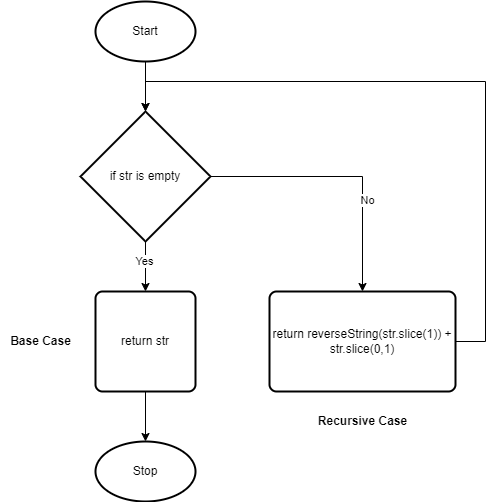
Before: Design/Unit3-01-reverseString.png, a diagram exported from draw.io (dbcalitis/ics4u-unit3-01-typescript). Source tidied: cells renumbered, new cells last; positions are measured from the earlier drawing's top-left corner, leaving out a move shared by most shapes.
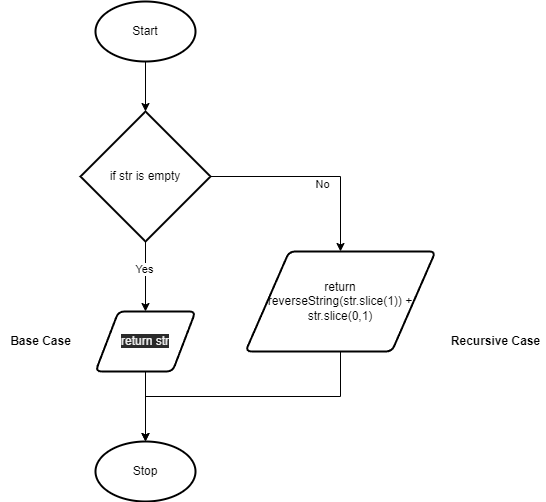
After the commit.

Change to the diagram source:
```diff
@@ -14,11 +14,11 @@
     <mxCell id="5" value="Yes" style="edgeLabel;html=1;align=center;verticalAlign=middle;" parent="4" vertex="1">
       <mxGeometry x="-0.23" y="-2" relative="1" as="geometry" />
     </mxCell>
-    <mxCell id="6" style="edgeStyle=orthogonalEdgeStyle;rounded=0;html=1;exitX=1;exitY=0.5;exitDx=0;exitDy=0;exitPerimeter=0;entryX=0.5;entryY=0;entryDx=0;entryDy=0;" parent="1" edge="1" source="8" target="13">
+    <mxCell id="6" style="edgeStyle=orthogonalEdgeStyle;rounded=0;html=1;exitX=1;exitY=0.5;exitDx=0;exitDy=0;exitPerimeter=0;" parent="1" edge="1" source="8" target="13">
       <mxGeometry relative="1" as="geometry" />
     </mxCell>
     <mxCell id="7" value="No" style="edgeLabel;html=1;align=center;verticalAlign=middle;" parent="6" vertex="1">
-      <mxGeometry x="0.31" y="4" relative="1" as="geometry" />
+      <mxGeometry x="0.08" y="-7" relative="1" as="geometry" />
     </mxCell>
     <mxCell id="8" value="if str is empty" style="strokeWidth=2;html=1;shape=mxgraph.flowchart.decision;whiteSpace=wrap;" parent="1" vertex="1">
       <mxGeometry x="80" y="110" width="130" height="130" as="geometry" />
@@ -26,29 +26,23 @@
     <mxCell id="9" style="edgeStyle=none;html=1;exitX=0.5;exitY=1;exitDx=0;exitDy=0;entryX=0.5;entryY=0;entryDx=0;entryDy=0;entryPerimeter=0;" parent="1" edge="1" source="10" target="11">
       <mxGeometry relative="1" as="geometry" />
     </mxCell>
-    <mxCell id="10" value="return str" style="rounded=1;whiteSpace=wrap;html=1;absoluteArcSize=1;arcSize=14;strokeWidth=2;" parent="1" vertex="1">
-      <mxGeometry x="95" y="290" width="100" height="100" as="geometry" />
-    </mxCell>
     <mxCell id="11" value="Stop" style="strokeWidth=2;html=1;shape=mxgraph.flowchart.start_1;whiteSpace=wrap;" parent="1" vertex="1">
       <mxGeometry x="95" y="440" width="100" height="60" as="geometry" />
     </mxCell>
-    <mxCell id="12" style="edgeStyle=orthogonalEdgeStyle;rounded=0;html=1;exitX=1;exitY=0.5;exitDx=0;exitDy=0;entryX=0.5;entryY=0;entryDx=0;entryDy=0;entryPerimeter=0;" parent="1" edge="1" source="13" target="8">
-      <mxGeometry relative="1" as="geometry">
-        <Array as="points">
-          <mxPoint x="485" y="340" />
-          <mxPoint x="485" y="80" />
-          <mxPoint x="145" y="80" />
-        </Array>
-      </mxGeometry>
-    </mxCell>
-    <mxCell id="13" value="return reverseString(str.slice(1)) + str.slice(0,1)" style="rounded=1;whiteSpace=wrap;html=1;absoluteArcSize=1;arcSize=14;strokeWidth=2;" parent="1" vertex="1">
-      <mxGeometry x="269" y="290" width="186" height="100" as="geometry" />
-    </mxCell>
     <mxCell id="14" value="Base Case" style="text;html=1;align=center;verticalAlign=middle;strokeColor=none;fillColor=none;fontStyle=1;" parent="1" vertex="1">
       <mxGeometry y="330" width="80" height="20" as="geometry" />
     </mxCell>
     <mxCell id="15" value="Recursive Case" style="text;html=1;align=center;verticalAlign=middle;strokeColor=none;fillColor=none;fontStyle=1;" parent="1" vertex="1">
-      <mxGeometry x="312" y="410" width="100" height="20" as="geometry" />
+      <mxGeometry x="445" y="330" width="100" height="20" as="geometry" />
     </mxCell>
+    <mxCell id="10" value="&#10;&#10;&lt;span style=&quot;color: rgb(240, 240, 240); font-family: helvetica; font-size: 12px; font-style: normal; font-weight: 400; letter-spacing: normal; text-align: center; text-indent: 0px; text-transform: none; word-spacing: 0px; background-color: rgb(42, 42, 42); display: inline; float: none;&quot;&gt;return str&lt;/span&gt;&#10;&#10;" style="shape=parallelogram;html=1;strokeWidth=2;perimeter=parallelogramPerimeter;whiteSpace=wrap;rounded=1;arcSize=12;size=0.23;" parent="1" vertex="1">
+      <mxGeometry x="95" y="310" width="100" height="60" as="geometry" />
+    </mxCell>
+    <mxCell id="16" style="edgeStyle=orthogonalEdgeStyle;rounded=0;html=1;exitX=0.5;exitY=1;exitDx=0;exitDy=0;entryX=0.5;entryY=0;entryDx=0;entryDy=0;entryPerimeter=0;" parent="1" edge="1" source="13" target="11">
+      <mxGeometry relative="1" as="geometry" />
+    </mxCell>
+    <mxCell id="13" value="&lt;span&gt;return &lt;br&gt;reverseString(str.slice(1)) + str.slice(0,1)&lt;/span&gt;" style="shape=parallelogram;html=1;strokeWidth=2;perimeter=parallelogramPerimeter;whiteSpace=wrap;rounded=1;arcSize=12;size=0.23;" parent="1" vertex="1">
+      <mxGeometry x="245" y="250" width="190" height="100" as="geometry" />
+    </mxCell>
   </root>
 </mxGraphModel>
```
